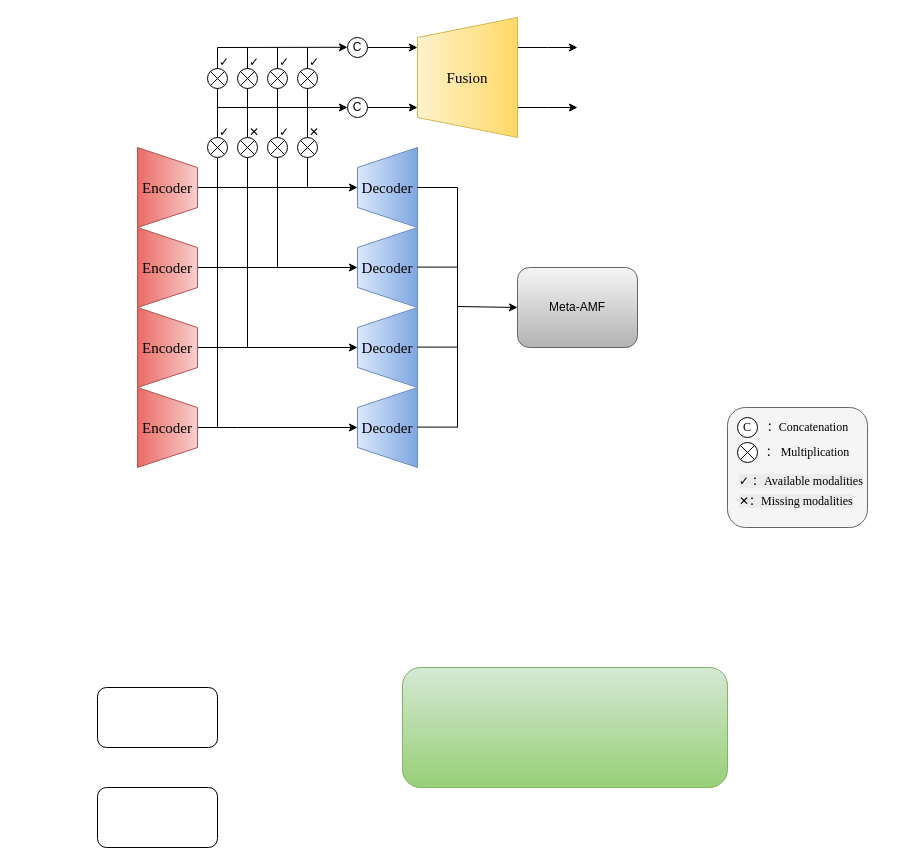
worldlikerr/Scientific-research-illustration keeps this draw.io diagram as 25.8.7_1.drawio. Above is the earlier version. Source tidied: cells renumbered, new cells numbered last; positions are measured from the earlier drawing's top-left corner, leaving out a move shared by most shapes. Both pictures are drawn from the tidied source at 100%, with x=0, y=0 at pixel (97, 17). Pictures stored in the file or linked from it are replaced by grey dashed boxes.
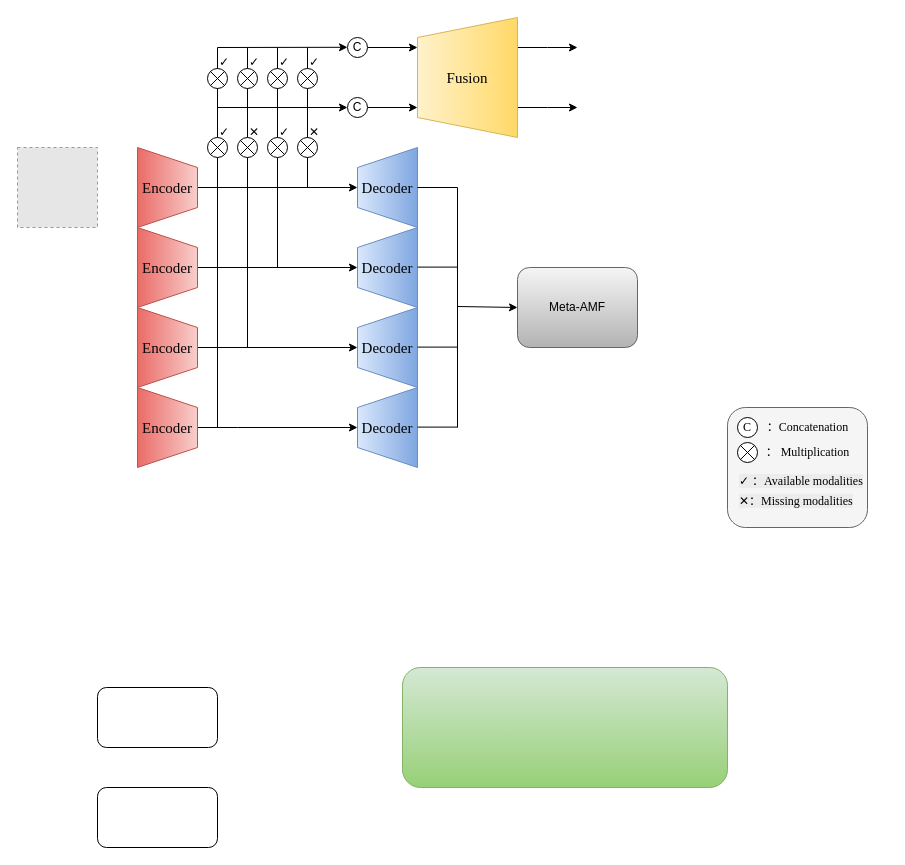
The same diagram, later.

Diff of the diagram source:
```diff
@@
+    <mxCell id="78" style="fillColor=#E6E6E6;strokeColor=#999999;dashed=1;verticalLabelPosition=bottom;labelBackgroundColor=default;verticalAlign=top;" parent="1" vertex="1">
+      <mxGeometry x="-80" y="130" width="80" height="80" as="geometry" />
+    </mxCell>
```
